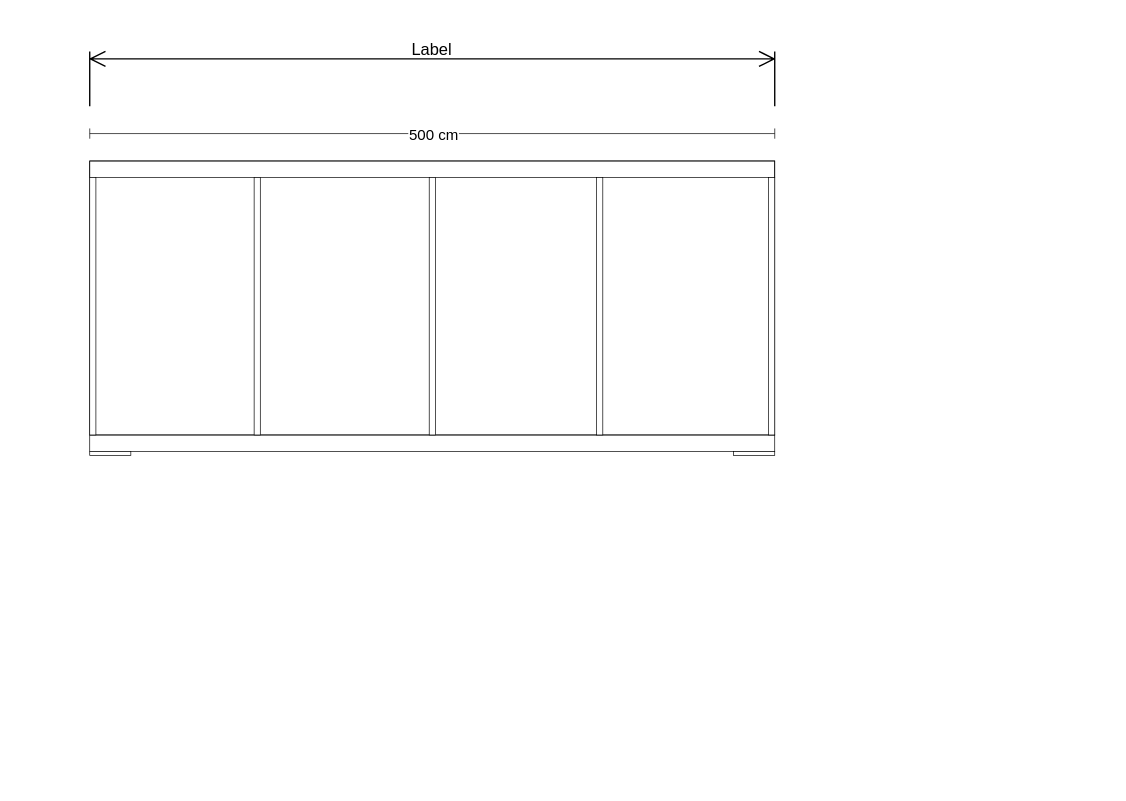
Earlier version of the draw.io diagram Öland - Farvaringsbod.drawio (ropaolle/sources). Source tidied: cells renumbered, new cells numbered last; positions are measured from the earlier drawing's top-left corner, leaving out a move shared by most shapes. Both pictures are drawn from the tidied source at 137%, with x=0, y=0 at pixel (89, 51).
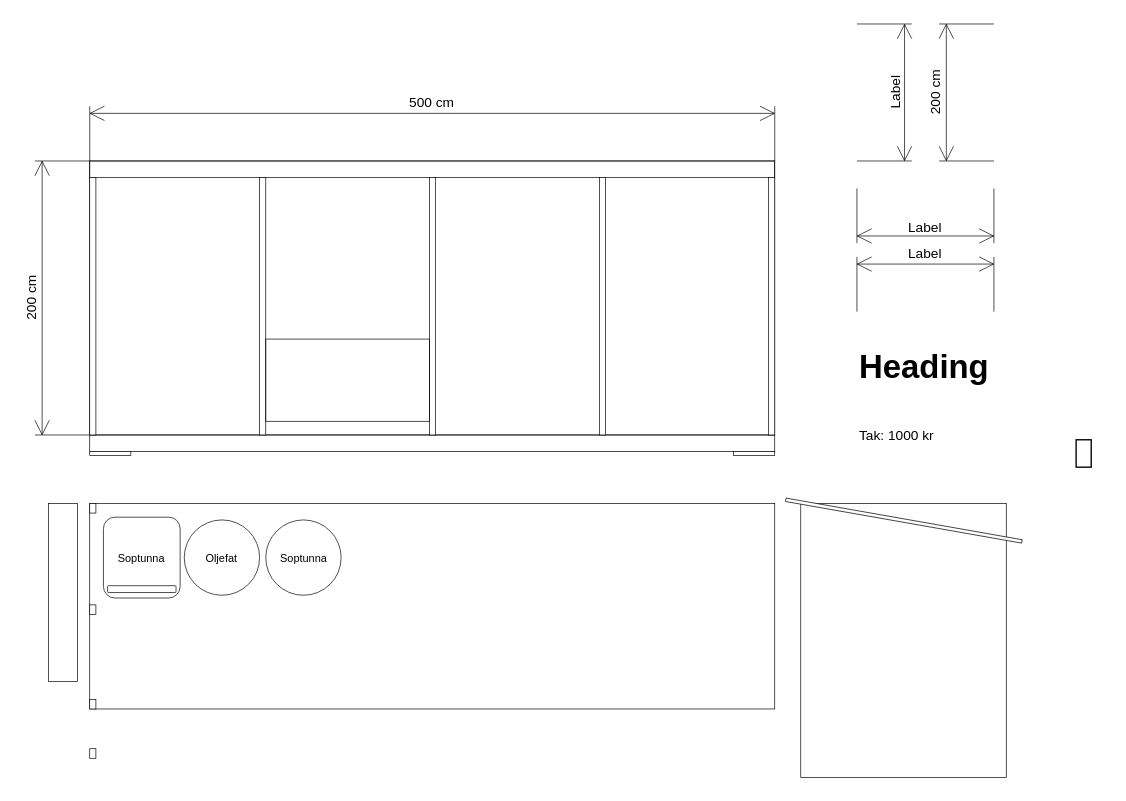
The same page after the edit.

Diff of the diagram source:
```diff
@@
     <mxCell id="9" style="rounded=0;whiteSpace=wrap;html=1;strokeWidth=0.5;" parent="1" vertex="1">
-      <mxGeometry x="120" y="92" width="4.5" height="188" as="geometry" />
+      <mxGeometry x="124" y="92" width="4.5" height="188" as="geometry" />
     </mxCell>
     <mxCell id="10" style="rounded=0;whiteSpace=wrap;html=1;strokeWidth=0.5;" parent="1" vertex="1">
-      <mxGeometry x="247.8" y="92" width="4.5" height="188" as="geometry" />
+      <mxGeometry x="248" y="92" width="4.5" height="188" as="geometry" />
     </mxCell>
     <mxCell id="11" style="rounded=0;whiteSpace=wrap;html=1;strokeWidth=0.5;" parent="1" vertex="1">
-      <mxGeometry x="370" y="92" width="4.5" height="188" as="geometry" />
+      <mxGeometry x="372" y="92" width="4.5" height="188" as="geometry" />
     </mxCell>
-    <mxCell id="12" style="endArrow=baseDash;html=1;rounded=0;endFill=0;startArrow=baseDash;startFill=0;strokeWidth=0.5;" parent="1" edge="1">
-      <mxGeometry relative="1" as="geometry">
-        <mxPoint y="60" as="sourcePoint" />
-        <mxPoint x="500" y="60" as="targetPoint" />
-      </mxGeometry>
-    </mxCell>
-    <mxCell id="13" value="500 cm" style="edgeLabel;html=1;align=center;verticalAlign=middle;" parent="12" vertex="1">
-      <mxGeometry relative="1" as="geometry" />
-    </mxCell>
-    <mxCell id="14" value="Label" style="shape=dimension;direction=west;whiteSpace=wrap;html=1;align=center;verticalAlign=top;spacingTop=-15;labelBackgroundColor=none;" parent="1" vertex="1">
-      <mxGeometry width="500" height="40" as="geometry" />
+    <mxCell id="14" value="500 cm" style="shape=dimension;direction=west;whiteSpace=wrap;html=1;align=center;verticalAlign=top;spacingTop=-15;labelBackgroundColor=none;strokeWidth=0.5;fontSize=10;" parent="1" vertex="1">
+      <mxGeometry y="40" width="500" height="40" as="geometry" />
     </mxCell>
+    <mxCell id="15" value="Label" style="shape=dimension;direction=north;whiteSpace=wrap;html=1;align=center;verticalAlign=bottom;labelBackgroundColor=none;horizontal=0;spacingBottom=3;strokeWidth=0.5;fontSize=10;" parent="1" vertex="1">
+      <mxGeometry x="560" y="-20" width="40" height="100" as="geometry" />
+    </mxCell>
+    <mxCell id="16" value="200 cm" style="shape=dimension;direction=south;whiteSpace=wrap;html=1;align=center;verticalAlign=top;labelBackgroundColor=none;horizontal=0;spacingTop=-15;strokeWidth=0.5;fontSize=10;" parent="1" vertex="1">
+      <mxGeometry x="-40" y="80" width="40" height="200" as="geometry" />
+    </mxCell>
+    <mxCell id="17" value="Label" style="shape=dimension;whiteSpace=wrap;html=1;align=center;verticalAlign=bottom;spacingBottom=3;labelBackgroundColor=none;strokeWidth=0.5;fontSize=10;" parent="1" vertex="1">
+      <mxGeometry x="560" y="100" width="100" height="40" as="geometry" />
+    </mxCell>
+    <mxCell id="18" value="Label" style="shape=dimension;direction=west;whiteSpace=wrap;html=1;align=center;verticalAlign=top;spacingTop=-15;labelBackgroundColor=none;strokeWidth=0.5;fontSize=10;" parent="1" vertex="1">
+      <mxGeometry x="560" y="150" width="100" height="40" as="geometry" />
+    </mxCell>
+    <mxCell id="19" style="rounded=0;whiteSpace=wrap;html=1;strokeWidth=0.5;fillColor=none;" parent="1" vertex="1">
+      <mxGeometry x="128.5" y="210" width="119.5" height="60" as="geometry" />
+    </mxCell>
+    <mxCell id="20" value="200 cm" style="shape=dimension;direction=south;whiteSpace=wrap;html=1;align=center;verticalAlign=top;labelBackgroundColor=none;horizontal=0;spacingTop=-15;strokeWidth=0.5;fontSize=10;" parent="1" vertex="1">
+      <mxGeometry x="620" y="-20" width="40" height="100" as="geometry" />
+    </mxCell>
+    <mxCell id="21" style="rounded=0;whiteSpace=wrap;html=1;fillColor=none;strokeWidth=0.5;" parent="1" vertex="1">
+      <mxGeometry y="330" width="500" height="150" as="geometry" />
+    </mxCell>
+    <mxCell id="22" value="Oljefat" style="ellipse;whiteSpace=wrap;html=1;strokeWidth=0.5;fontSize=8;" parent="1" vertex="1">
+      <mxGeometry x="69" y="342" width="55" height="55" as="geometry" />
+    </mxCell>
+    <mxCell id="23" value="Soptunna" style="ellipse;whiteSpace=wrap;html=1;strokeWidth=0.5;fontSize=8;" parent="1" vertex="1">
+      <mxGeometry x="128.5" y="342" width="55" height="55" as="geometry" />
+    </mxCell>
+    <mxCell id="24" style="group;" parent="1" vertex="1">
+      <mxGeometry x="10" y="340" width="56" height="59" as="geometry" />
+    </mxCell>
+    <mxCell id="25" value="Soptunna" style="rounded=1;whiteSpace=wrap;html=1;strokeWidth=0.5;fontSize=8;" parent="24" vertex="1">
+      <mxGeometry width="56" height="59" as="geometry" />
+    </mxCell>
+    <mxCell id="26" style="rounded=1;whiteSpace=wrap;html=1;strokeWidth=0.5;" parent="24" vertex="1">
+      <mxGeometry x="3" y="50" width="50" height="5" as="geometry" />
+    </mxCell>
+    <mxCell id="27" style="rounded=0;whiteSpace=wrap;html=1;strokeWidth=0.5;" parent="1" vertex="1">
+      <mxGeometry y="404" width="4.5" height="7" as="geometry" />
+    </mxCell>
+    <mxCell id="28" style="rounded=0;whiteSpace=wrap;html=1;strokeWidth=0.5;" parent="1" vertex="1">
+      <mxGeometry y="330" width="4.5" height="7" as="geometry" />
+    </mxCell>
+    <mxCell id="29" style="rounded=0;whiteSpace=wrap;html=1;strokeWidth=0.5;" parent="1" vertex="1">
+      <mxGeometry x="-30" y="330" width="21.1" height="130" as="geometry" />
+    </mxCell>
+    <mxCell id="30" style="rounded=0;whiteSpace=wrap;html=1;strokeWidth=0.5;" parent="1" vertex="1">
+      <mxGeometry y="473" width="4.5" height="7" as="geometry" />
+    </mxCell>
+    <mxCell id="31" style="rounded=0;whiteSpace=wrap;html=1;strokeWidth=0.5;" parent="1" vertex="1">
+      <mxGeometry y="509" width="4.5" height="7" as="geometry" />
+    </mxCell>
+    <mxCell id="32" value="&lt;h1 style=&quot;margin-top: 0px;&quot;&gt;Heading&lt;/h1&gt;&lt;h1 style=&quot;margin-top: 0px;&quot;&gt;&lt;font style=&quot;font-size: 10px; font-weight: normal;&quot;&gt;Tak: 1000 kr&lt;/font&gt;&lt;/h1&gt;" style="text;html=1;whiteSpace=wrap;overflow=hidden;rounded=0;" parent="1" vertex="1">
+      <mxGeometry x="560" y="210" width="180" height="120" as="geometry" />
+    </mxCell>
+    <mxCell id="33" style="rounded=0;whiteSpace=wrap;html=1;fillColor=none;strokeWidth=0.5;" parent="1" vertex="1">
+      <mxGeometry x="519" y="330" width="150" height="200" as="geometry" />
+    </mxCell>
+    <mxCell id="34" style="rounded=0;whiteSpace=wrap;html=1;strokeWidth=0.5;rotation=100;" parent="1" vertex="1">
+      <mxGeometry x="593" y="255" width="2.5" height="175" as="geometry" />
+    </mxCell>
+    <mxCell id="35" style="rounded=0;whiteSpace=wrap;html=1;" parent="1" vertex="1">
+      <mxGeometry x="720" y="283.5" width="11" height="20" as="geometry" />
+    </mxCell>
```
